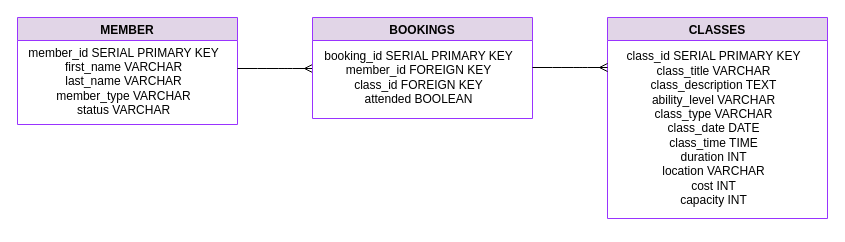
This is diagrams/project_database_diagram.drawio from M5FGN/codeclan_project_gymclan, a draw.io file, before an edit. Source tidied: cells renumbered, new cells numbered last; positions are measured from the earlier drawing's top-left corner, leaving out a move shared by most shapes. Both pictures are drawn from the tidied source at 100%, with x=0, y=0 at pixel (17, 17).
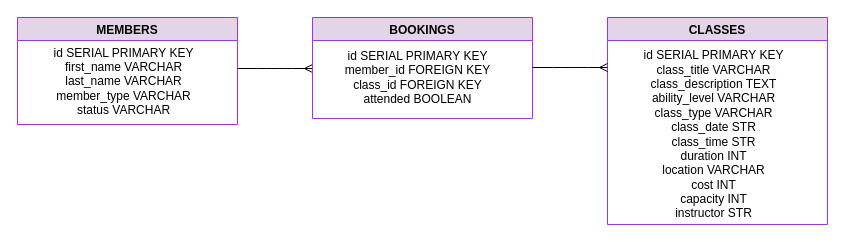
The same page after the edit.

What changed in the source:
```diff
@@
 <mxGraphModel>
   <root>
     <mxCell id="0" />
     <mxCell id="1" parent="0" />
-    <mxCell id="2" value="MEMBER" style="swimlane;fillColor=#e1d5e7;strokeColor=#9933FF;" parent="1" vertex="1">
+    <mxCell id="2" value="MEMBERS" style="swimlane;fillColor=#e1d5e7;strokeColor=#9933FF;" parent="1" vertex="1">
       <mxGeometry width="220" height="107" as="geometry" />
     </mxCell>
-    <mxCell id="3" value="member_id SERIAL PRIMARY KEY&lt;br&gt;first_name VARCHAR&lt;br&gt;last_name VARCHAR&lt;br&gt;member_type VARCHAR&lt;br&gt;status VARCHAR" style="text;html=1;align=center;verticalAlign=middle;" parent="2" vertex="1">
-      <mxGeometry x="1" y="24" width="210" height="80" as="geometry" />
+    <mxCell id="3" value="id SERIAL PRIMARY KEY&lt;br&gt;first_name VARCHAR&lt;br&gt;last_name VARCHAR&lt;br&gt;member_type VARCHAR&lt;br&gt;status VARCHAR" style="text;html=1;align=center;verticalAlign=middle;" parent="2" vertex="1">
+      <mxGeometry x="26" y="24" width="160" height="80" as="geometry" />
     </mxCell>
     <mxCell id="4" style="edgeStyle=entityRelationEdgeStyle;fontSize=12;html=1;endArrow=ERmany;" parent="1" edge="1">
       <mxGeometry relative="1" as="geometry">
         <mxPoint x="220" y="51" as="sourcePoint" />
         <mxPoint x="295" y="51" as="targetPoint" />
       </mxGeometry>
     </mxCell>
     <mxCell id="5" value="BOOKINGS" style="swimlane;fillColor=#e1d5e7;strokeColor=#9933FF;startSize=23;" parent="1" vertex="1">
       <mxGeometry x="295" width="220" height="101" as="geometry" />
     </mxCell>
-    <mxCell id="6" value="booking_id SERIAL PRIMARY KEY&lt;br&gt;member_id FOREIGN KEY&lt;br&gt;class_id FOREIGN KEY&lt;br&gt;attended BOOLEAN" style="text;html=1;align=center;verticalAlign=middle;" parent="5" vertex="1">
-      <mxGeometry x="6" y="30" width="200" height="60" as="geometry" />
+    <mxCell id="6" value="id SERIAL PRIMARY KEY&lt;br&gt;member_id FOREIGN KEY&lt;br&gt;class_id FOREIGN KEY&lt;br&gt;attended BOOLEAN" style="text;html=1;align=center;verticalAlign=middle;" parent="5" vertex="1">
+      <mxGeometry x="25" y="30" width="160" height="60" as="geometry" />
     </mxCell>
     <mxCell id="7" value="CLASSES" style="swimlane;fillColor=#e1d5e7;strokeColor=#9933FF;startSize=23;" parent="1" vertex="1">
-      <mxGeometry x="590" width="220" height="201" as="geometry" />
+      <mxGeometry x="590" width="220" height="207" as="geometry" />
     </mxCell>
-    <mxCell id="8" value="class_id SERIAL PRIMARY KEY&lt;br&gt;class_title VARCHAR&lt;br&gt;class_description TEXT&lt;br&gt;ability_level VARCHAR&lt;br&gt;class_type VARCHAR&lt;br&gt;class_date DATE&lt;br&gt;class_time TIME&lt;br&gt;duration INT&lt;br&gt;location VARCHAR&lt;br&gt;cost INT&lt;br&gt;capacity INT" style="text;html=1;align=center;verticalAlign=middle;" parent="7" vertex="1">
-      <mxGeometry x="11" y="31" width="190" height="160" as="geometry" />
+    <mxCell id="8" value="id SERIAL PRIMARY KEY&lt;br&gt;class_title VARCHAR&lt;br&gt;class_description TEXT&lt;br&gt;ability_level VARCHAR&lt;br&gt;class_type VARCHAR&lt;br&gt;class_date STR&lt;br&gt;class_time STR&lt;br&gt;duration INT&lt;br&gt;location VARCHAR&lt;br&gt;cost INT&lt;br&gt;capacity INT&lt;br&gt;instructor STR" style="text;html=1;align=center;verticalAlign=middle;" parent="7" vertex="1">
+      <mxGeometry x="26" y="32" width="160" height="170" as="geometry" />
     </mxCell>
     <mxCell id="9" style="edgeStyle=entityRelationEdgeStyle;fontSize=12;html=1;endArrow=ERmany;" parent="1" edge="1">
       <mxGeometry relative="1" as="geometry">
         <mxPoint x="515" y="50" as="sourcePoint" />
         <mxPoint x="590" y="50" as="targetPoint" />
       </mxGeometry>
     </mxCell>
   </root>
 </mxGraphModel>
```
